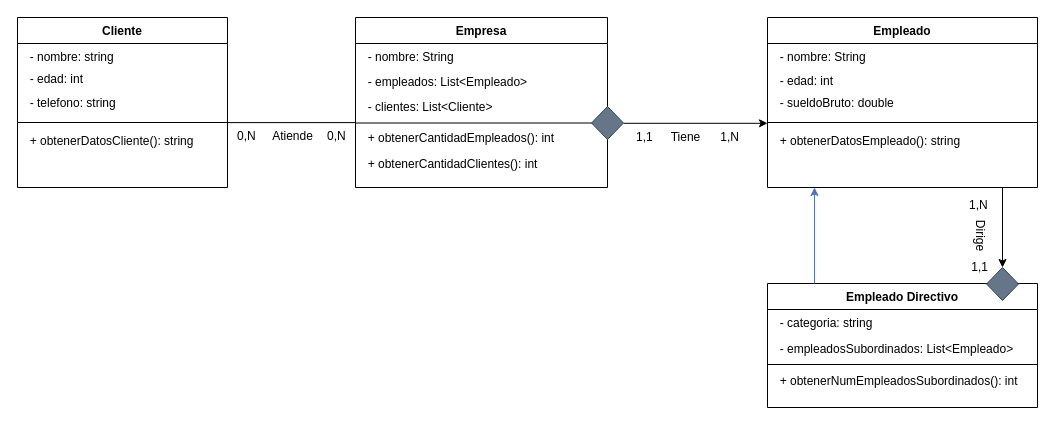
Before: DEVELOPMENT ENVIRONMENT/PRÁCTICA 7.1/Ejercicio 1.drawio in SerDieFer/1-DAW, a draw.io diagram. Source tidied: cells renumbered, new cells numbered last; positions are measured from the earlier drawing's top-left corner, leaving out a move shared by most shapes. Both pictures are drawn from the tidied source at 100%, with x=0, y=0 at pixel (17, 17).
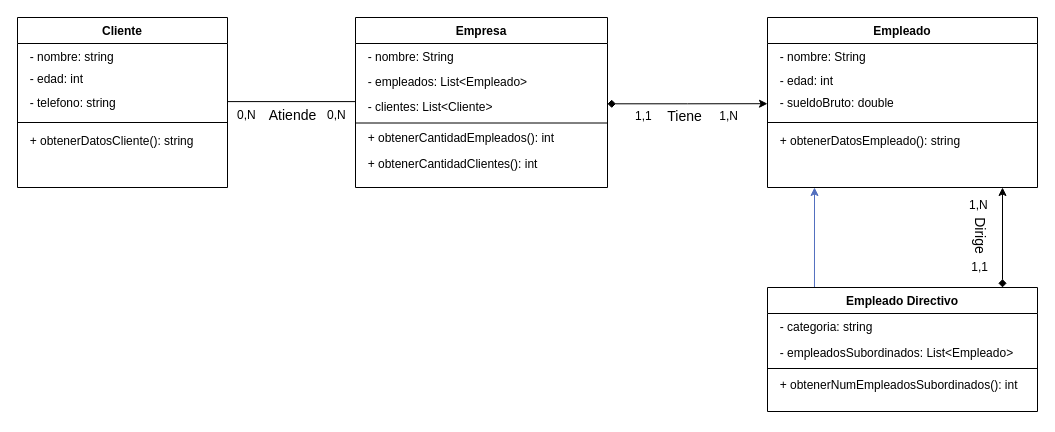
The same page after the edit.

Unchanged cells that the change refers to:
```xml
<mxCell id="13" value="  - sueldoBruto: double&#10;" style="text;align=left;verticalAlign=top;spacingLeft=4;spacingRight=4;overflow=hidden;points=[[0,0.5],[1,0.5]];portConstraint=eastwest;rounded=0;shadow=0;html=0;" parent="10" vertex="1">
  <mxGeometry y="46" width="270" height="21.3" as="geometry" />
</mxCell>
<mxCell id="16" value="Empresa" style="swimlane;fontStyle=1;align=center;verticalAlign=top;horizontal=1;startSize=26;rounded=0;shadow=0;strokeWidth=1;" parent="1" vertex="1">
  <mxGeometry x="338" width="252" height="170" as="geometry" />
</mxCell>
<mxCell id="20" value="  - clientes: List&lt;Cliente&gt;" style="text;align=left;verticalAlign=top;spacingLeft=4;spacingRight=4;overflow=hidden;points=[[0,0.5],[1,0.5]];portConstraint=eastwest;rounded=1;" parent="17" vertex="1">
  <mxGeometry y="49.6" width="252" height="21.3" as="geometry" />
</mxCell>
```

The edit, as a diff of the source:
```diff
@@
-    <mxCell id="21" style="group;" parent="16" vertex="1">
+    <mxCell id="21" style="group;strokeWidth=1;" parent="16" vertex="1">
       <mxGeometry y="100" width="252" height="60" as="geometry" />
     </mxCell>
@@
     <mxCell id="26" value="1,1" style="align=left;verticalAlign=bottom;labelBackgroundColor=none;fontSize=12;" parent="1" vertex="1">
-      <mxGeometry x="617" y="128" as="geometry" />
+      <mxGeometry x="616" y="107" as="geometry" />
     </mxCell>
     <mxCell id="27" value="1,N" style="align=right;verticalAlign=bottom;labelBackgroundColor=none;fontSize=12;" parent="1" vertex="1">
-      <mxGeometry x="723" y="128" as="geometry" />
+      <mxGeometry x="722" y="107" as="geometry" />
     </mxCell>
-    <mxCell id="28" value="Tiene" style="text;html=1;align=center;verticalAlign=middle;labelBackgroundColor=none;rounded=0;shadow=0;strokeWidth=1;fontSize=12;" parent="1" vertex="1">
-      <mxGeometry x="667" y="119" as="geometry" />
+    <mxCell id="28" value="&lt;font style=&quot;font-size: 14px;&quot;&gt;Tiene&lt;/font&gt;" style="text;html=1;align=center;verticalAlign=middle;labelBackgroundColor=none;rounded=0;shadow=0;strokeWidth=1;fontSize=12;" parent="1" vertex="1">
+      <mxGeometry x="666" y="98" as="geometry" />
     </mxCell>
-    <mxCell id="29" style="endArrow=none;endSize=6;endFill=0;shadow=0;strokeWidth=1;rounded=0;curved=0;edgeStyle=elbowEdgeStyle;elbow=vertical;strokeColor=default;entryX=1;entryY=0.5;entryDx=0;entryDy=0;startArrow=classic;startFill=1;" parent="1" edge="1" target="30">
-      <mxGeometry relative="1" as="geometry">
-        <mxPoint x="750" y="105.8" as="sourcePoint" />
-        <Array as="points">
-          <mxPoint x="670" y="105.8" />
-        </Array>
-      </mxGeometry>
-    </mxCell>
-    <mxCell id="30" style="rhombus;whiteSpace=wrap;html=1;fillColor=#647687;fontColor=#ffffff;strokeColor=#314354;" parent="1" vertex="1">
-      <mxGeometry x="574" y="89" width="32" height="33" as="geometry" />
-    </mxCell>
-    <mxCell id="31" value="Empleado Directivo" style="swimlane;fontStyle=1;align=center;verticalAlign=top;horizontal=1;startSize=26;rounded=0;shadow=0;strokeWidth=1;" parent="1" vertex="1">
-      <mxGeometry x="750" y="266" width="270" height="124" as="geometry" />
-    </mxCell>
-    <mxCell id="32" value="  - categoria: string" style="text;align=left;verticalAlign=top;spacingLeft=4;spacingRight=4;overflow=hidden;" parent="31" vertex="1">
-      <mxGeometry y="26" width="270" height="26" as="geometry" />
-    </mxCell>
-    <mxCell id="33" value="  - empleadosSubordinados: List&lt;Empleado&gt;" style="text;align=left;verticalAlign=top;spacingLeft=4;spacingRight=4;overflow=hidden;rounded=0;shadow=0;html=0;" parent="31" vertex="1">
-      <mxGeometry y="52" width="270" height="26" as="geometry" />
-    </mxCell>
-    <mxCell id="34" style="line;html=1;strokeWidth=1;align=left;verticalAlign=middle;spacingTop=-1;spacingLeft=3;spacingRight=3;labelPosition=right;" parent="31" vertex="1">
-      <mxGeometry y="78" width="270" height="6" as="geometry" />
-    </mxCell>
-    <mxCell id="35" value="  + obtenerNumEmpleadosSubordinados(): int&#10;" style="text;align=left;verticalAlign=top;spacingLeft=4;spacingRight=4;overflow=hidden;" parent="31" vertex="1">
-      <mxGeometry y="84" width="270" height="40" as="geometry" />
-    </mxCell>
-    <mxCell id="36" style="endArrow=classic;html=1;rounded=0;exitX=0.25;exitY=0;exitDx=0;exitDy=0;entryX=0.148;entryY=1;entryDx=0;entryDy=0;entryPerimeter=0;fillColor=#dae8fc;strokeColor=#526FBF;" parent="1" edge="1">
+    <mxCell id="36" style="endArrow=classic;html=1;rounded=0;exitX=0.174;exitY=0.001;exitDx=0;exitDy=0;entryX=0.148;entryY=1;entryDx=0;entryDy=0;entryPerimeter=0;fillColor=#dae8fc;strokeColor=#526FBF;exitPerimeter=0;" parent="1" edge="1" source="31">
       <mxGeometry relative="1" as="geometry">
-        <mxPoint x="797" y="266" as="sourcePoint" />
         <mxPoint x="797" y="170" as="targetPoint" />
       </mxGeometry>
     </mxCell>
-    <mxCell id="37" style="rhombus;whiteSpace=wrap;html=1;fillColor=#647687;fontColor=#ffffff;strokeColor=#314354;" parent="1" vertex="1">
-      <mxGeometry x="969" y="250" width="32" height="33" as="geometry" />
-    </mxCell>
-    <mxCell id="38" style="rounded=0;jettySize=auto;html=1;entryX=0.5;entryY=0;entryDx=0;entryDy=0;" parent="1" edge="1" target="37">
+    <mxCell id="38" style="rounded=0;orthogonalLoop=1;jettySize=auto;html=1;endArrow=diamond;endFill=1;startArrow=classic;startFill=1;" parent="1" edge="1">
       <mxGeometry relative="1" as="geometry">
         <mxPoint x="985" y="170" as="sourcePoint" />
+        <mxPoint x="985" y="270" as="targetPoint" />
       </mxGeometry>
     </mxCell>
@@
     <mxCell id="41" value="0,N" style="align=left;verticalAlign=bottom;labelBackgroundColor=none;fontSize=12;" parent="1" vertex="1">
-      <mxGeometry x="308" y="127" as="geometry" />
+      <mxGeometry x="308" y="106" as="geometry" />
     </mxCell>
     <mxCell id="42" style="rounded=0;orthogonalLoop=1;jettySize=auto;html=1;strokeColor=default;endArrow=none;endFill=0;entryX=0.001;entryY=0.506;entryDx=0;entryDy=0;entryPerimeter=0;exitX=1.001;exitY=1.003;exitDx=0;exitDy=0;exitPerimeter=0;" parent="1" edge="1">
       <mxGeometry relative="1" as="geometry">
-        <mxPoint x="210.2" y="105.1" as="sourcePoint" />
-        <mxPoint x="338.3" y="105.1" as="targetPoint" />
+        <mxPoint x="210.2" y="84.1" as="sourcePoint" />
+        <mxPoint x="338.3" y="84.1" as="targetPoint" />
       </mxGeometry>
     </mxCell>
     <mxCell id="43" value="0,N" style="align=left;verticalAlign=bottom;labelBackgroundColor=none;fontSize=12;" parent="1" vertex="1">
-      <mxGeometry x="218" y="127" as="geometry" />
+      <mxGeometry x="218" y="106" as="geometry" />
     </mxCell>
-    <mxCell id="44" value="Atiende" style="text;html=1;align=center;verticalAlign=middle;labelBackgroundColor=none;rounded=0;shadow=0;strokeWidth=1;fontSize=12;" parent="1" vertex="1">
-      <mxGeometry x="274" y="118" as="geometry" />
+    <mxCell id="44" value="&lt;font style=&quot;font-size: 14px;&quot;&gt;Atiende&lt;/font&gt;" style="text;html=1;align=center;verticalAlign=middle;labelBackgroundColor=none;rounded=0;shadow=0;strokeWidth=1;fontSize=12;" parent="1" vertex="1">
+      <mxGeometry x="274" y="97" as="geometry" />
     </mxCell>
-    <mxCell id="45" value="Dirige" style="text;html=1;align=center;verticalAlign=middle;labelBackgroundColor=none;rounded=0;shadow=0;strokeWidth=1;fontSize=12;rotation=90;" parent="1" vertex="1">
+    <mxCell id="45" value="&lt;font style=&quot;font-size: 14px;&quot;&gt;Dirige&lt;/font&gt;" style="text;html=1;align=center;verticalAlign=middle;labelBackgroundColor=none;rounded=0;shadow=0;strokeWidth=1;fontSize=12;rotation=90;" parent="1" vertex="1">
       <mxGeometry x="963" y="225" as="geometry">
         <mxPoint x="-8" y="-1" as="offset" />
       </mxGeometry>
     </mxCell>
+    <mxCell id="31" value="Empleado Directivo" style="swimlane;fontStyle=1;align=center;verticalAlign=top;horizontal=1;startSize=26;rounded=0;shadow=0;strokeWidth=1;" parent="1" vertex="1">
+      <mxGeometry x="750" y="270" width="270" height="124" as="geometry" />
+    </mxCell>
+    <mxCell id="32" value="  - categoria: string" style="text;align=left;verticalAlign=top;spacingLeft=4;spacingRight=4;overflow=hidden;" parent="31" vertex="1">
+      <mxGeometry y="26" width="270" height="26" as="geometry" />
+    </mxCell>
+    <mxCell id="33" value="  - empleadosSubordinados: List&lt;Empleado&gt;" style="text;align=left;verticalAlign=top;spacingLeft=4;spacingRight=4;overflow=hidden;rounded=0;shadow=0;html=0;" parent="31" vertex="1">
+      <mxGeometry y="52" width="270" height="26" as="geometry" />
+    </mxCell>
+    <mxCell id="34" style="line;html=1;strokeWidth=1;align=left;verticalAlign=middle;spacingTop=-1;spacingLeft=3;spacingRight=3;labelPosition=right;" parent="31" vertex="1">
+      <mxGeometry y="78" width="270" height="6" as="geometry" />
+    </mxCell>
+    <mxCell id="35" value="  + obtenerNumEmpleadosSubordinados(): int&#10;" style="text;align=left;verticalAlign=top;spacingLeft=4;spacingRight=4;overflow=hidden;" parent="31" vertex="1">
+      <mxGeometry y="84" width="270" height="40" as="geometry" />
+    </mxCell>
+    <mxCell id="46" style="edgeStyle=orthogonalEdgeStyle;rounded=0;jettySize=auto;html=1;entryX=0;entryY=0.667;entryDx=0;entryDy=0;entryPerimeter=0;startArrow=diamond;startFill=1;" parent="1" edge="1" source="20" target="13">
+      <mxGeometry relative="1" as="geometry" />
+    </mxCell>
```
